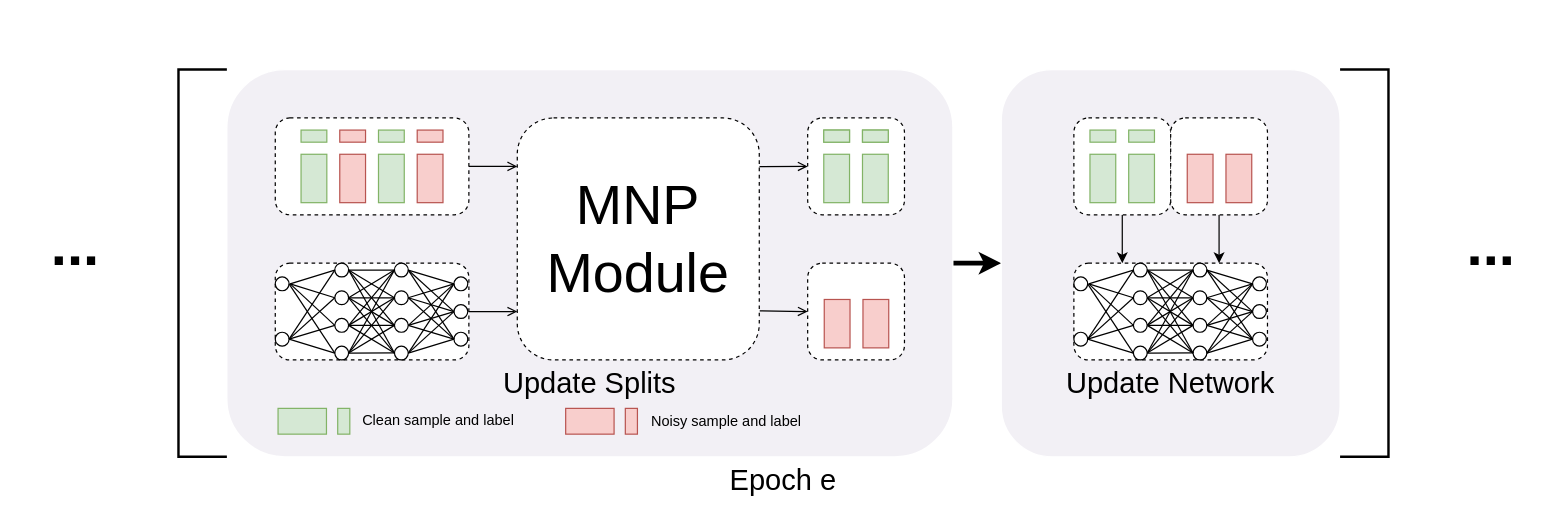
Before: asset/Untitled Diagram.drawio in ShiningSord/AutoNovel, a draw.io diagram. Source tidied: cells renumbered, new cells numbered last; positions are measured from the earlier drawing's top-left corner, leaving out a move shared by most shapes. Both pictures are drawn from the tidied source at 121%, with x=0, y=0 at pixel (21, 69).
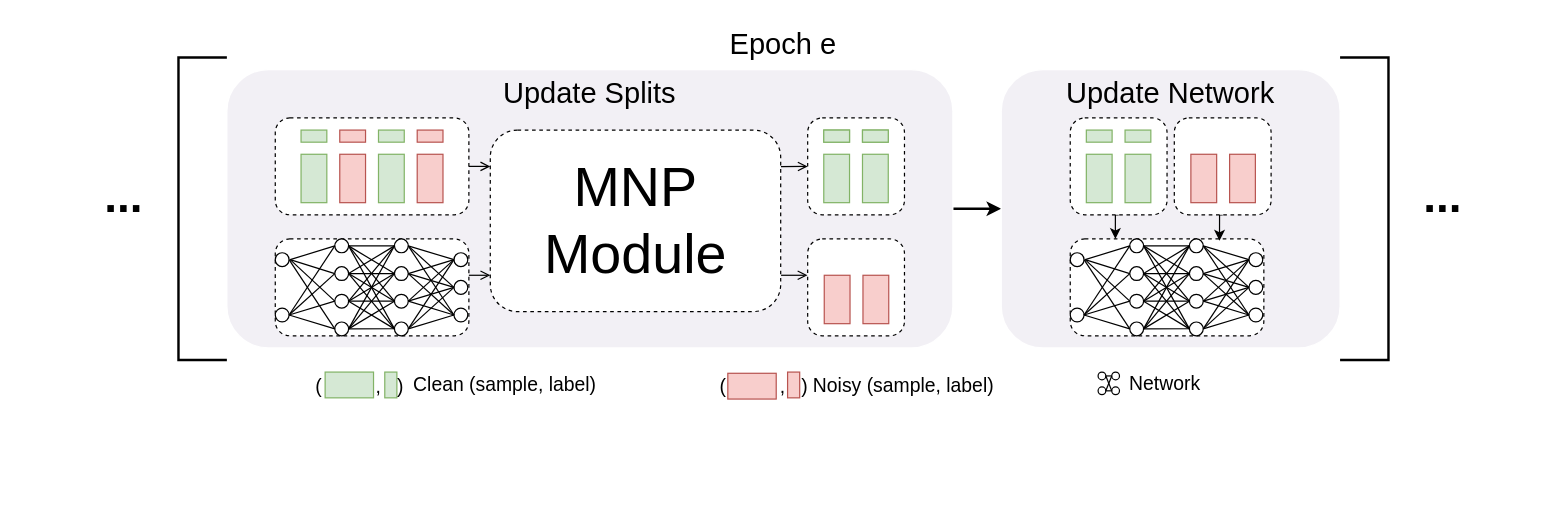
The same diagram, later.

Unchanged cells that the change refers to:
```xml
<mxCell id="5" style="rounded=1;whiteSpace=wrap;html=1;shadow=0;glass=0;sketch=0;strokeColor=#000000;strokeWidth=1;gradientColor=none;dashed=1;" parent="4" vertex="1">
  <mxGeometry width="160" height="80" as="geometry" />
</mxCell>
<mxCell id="69" style="rounded=1;whiteSpace=wrap;html=1;dashed=1;fillColor=#FFFFFF;glass=0;shadow=0;sketch=0;" parent="68" vertex="1">
  <mxGeometry width="80" height="80" as="geometry" />
</mxCell>
<mxCell id="75" style="rounded=1;whiteSpace=wrap;html=1;shadow=0;glass=0;sketch=0;strokeColor=#000000;strokeWidth=1;gradientColor=none;dashed=1;" parent="74" vertex="1">
  <mxGeometry width="160" height="80" as="geometry" />
</mxCell>
```

The edit, as a diff of the source:
```diff
@@
-    <mxCell id="2" style="edgeStyle=orthogonalEdgeStyle;rounded=0;jettySize=auto;html=1;exitX=1;exitY=0.5;exitDx=0;exitDy=0;entryX=0;entryY=0.5;entryDx=0;entryDy=0;strokeWidth=4;" parent="1" edge="1" source="3" target="72">
+    <mxCell id="2" style="edgeStyle=orthogonalEdgeStyle;rounded=0;jettySize=auto;html=1;exitX=1;exitY=0.5;exitDx=0;exitDy=0;entryX=0;entryY=0.5;entryDx=0;entryDy=0;strokeWidth=2;" parent="1" edge="1" source="3" target="72">
       <mxGeometry relative="1" as="geometry" />
     </mxCell>
     <mxCell id="3" style="whiteSpace=wrap;html=1;gradientDirection=south;fillColor=#F2F0F5;rounded=1;strokeWidth=1;strokeColor=#FFFFFF;glass=0;shadow=0;sketch=0;" parent="1" vertex="1">
-      <mxGeometry x="170" width="600" height="320" as="geometry" />
+      <mxGeometry x="170" width="600" height="230" as="geometry" />
     </mxCell>
     <mxCell id="4" style="group;" parent="1" vertex="1">
-      <mxGeometry x="210" y="160" width="160" height="80" as="geometry" />
+      <mxGeometry x="210" y="140" width="160" height="80" as="geometry" />
     </mxCell>
@@
-    <mxCell id="55" style="edgeStyle=none;rounded=0;jettySize=auto;html=1;exitX=1;exitY=0.5;exitDx=0;exitDy=0;endArrow=open;endFill=0;entryX=0;entryY=0.8;entryDx=0;entryDy=0;entryPerimeter=0;" parent="1" edge="1" source="5" target="56">
-      <mxGeometry relative="1" as="geometry" />
+    <mxCell id="55" style="edgeStyle=none;rounded=0;jettySize=auto;html=1;endArrow=open;endFill=0;entryX=0;entryY=0.8;entryDx=0;entryDy=0;entryPerimeter=0;" parent="1" edge="1" target="56">
+      <mxGeometry relative="1" as="geometry">
+        <mxPoint x="370" y="170" as="sourcePoint" />
+      </mxGeometry>
     </mxCell>
     <mxCell id="56" value="&lt;p style=&quot;font-size: 46px&quot;&gt;&lt;font style=&quot;font-size: 46px&quot;&gt;MNP&lt;br&gt; Module&lt;/font&gt;&lt;/p&gt;" style="rounded=1;whiteSpace=wrap;html=1;shadow=0;glass=0;dashed=1;sketch=0;strokeColor=#000000;strokeWidth=1;gradientColor=none;" parent="1" vertex="1">
-      <mxGeometry x="410" y="40" width="200" height="200" as="geometry" />
+      <mxGeometry x="387.7" y="50" width="240" height="150" as="geometry" />
     </mxCell>
@@
-    <mxCell id="58" style="edgeStyle=none;rounded=0;jettySize=auto;html=1;endArrow=open;endFill=0;entryX=0;entryY=0.5;entryDx=0;entryDy=0;exitX=1.002;exitY=0.797;exitDx=0;exitDy=0;exitPerimeter=0;" parent="1" edge="1" source="56" target="69">
-      <mxGeometry relative="1" as="geometry" />
+    <mxCell id="58" style="edgeStyle=none;rounded=0;jettySize=auto;html=1;endArrow=open;endFill=0;entryX=-0.002;entryY=0.375;entryDx=0;entryDy=0;entryPerimeter=0;" parent="1" edge="1" target="69">
+      <mxGeometry relative="1" as="geometry">
+        <mxPoint x="628" y="170" as="sourcePoint" />
+      </mxGeometry>
     </mxCell>
@@
     <mxCell id="68" style="group;" parent="1" vertex="1">
-      <mxGeometry x="650" y="160" width="80" height="80" as="geometry" />
+      <mxGeometry x="650" y="140" width="80" height="80" as="geometry" />
     </mxCell>
@@
     <mxCell id="72" style="whiteSpace=wrap;html=1;gradientDirection=south;fillColor=#F2F0F5;rounded=1;strokeWidth=1;strokeColor=#FFFFFF;glass=0;shadow=0;sketch=0;" parent="1" vertex="1">
-      <mxGeometry x="810" width="280" height="320" as="geometry" />
+      <mxGeometry x="810" width="280" height="230" as="geometry" />
     </mxCell>
     <mxCell id="73" value="&lt;font style=&quot;font-size: 24px&quot;&gt;Update Splits&lt;/font&gt;" style="text;html=1;strokeColor=none;fillColor=none;align=center;verticalAlign=middle;whiteSpace=wrap;rounded=0;" parent="1" vertex="1">
-      <mxGeometry x="170" y="240" width="600" height="40" as="geometry" />
+      <mxGeometry x="170" width="600" height="40" as="geometry" />
     </mxCell>
     <mxCell id="74" style="group;" parent="1" vertex="1">
-      <mxGeometry x="870" y="160" width="160" height="80" as="geometry" />
+      <mxGeometry x="867" y="140" width="160" height="80" as="geometry" />
     </mxCell>
@@
-    <mxCell id="125" style="edgeStyle=orthogonalEdgeStyle;rounded=0;jettySize=auto;html=1;exitX=0.5;exitY=1;exitDx=0;exitDy=0;entryX=0.25;entryY=0;entryDx=0;entryDy=0;" parent="1" edge="1" source="126" target="75">
+    <mxCell id="125" style="edgeStyle=orthogonalEdgeStyle;rounded=0;jettySize=auto;html=1;exitX=0.5;exitY=1;exitDx=0;exitDy=0;entryX=0.233;entryY=-0.001;entryDx=0;entryDy=0;entryPerimeter=0;" parent="1" edge="1" source="126" target="75">
       <mxGeometry relative="1" as="geometry" />
     </mxCell>
-    <mxCell id="126" style="rounded=1;whiteSpace=wrap;html=1;dashed=1;fillColor=#FFFFFF;glass=0;shadow=0;sketch=0;" parent="1" vertex="1">
-      <mxGeometry x="870" y="40" width="80" height="80" as="geometry" />
-    </mxCell>
-    <mxCell id="127" style="rounded=0;whiteSpace=wrap;html=1;shadow=0;glass=0;sketch=0;strokeColor=#82b366;strokeWidth=1;fillColor=#d5e8d4;" parent="1" vertex="1">
-      <mxGeometry x="883.3" y="70" width="21.3" height="40" as="geometry" />
-    </mxCell>
-    <mxCell id="128" style="rounded=0;whiteSpace=wrap;html=1;shadow=0;glass=0;sketch=0;strokeColor=#82b366;strokeWidth=1;fillColor=#d5e8d4;" parent="1" vertex="1">
-      <mxGeometry x="915.3" y="70" width="21.3" height="40" as="geometry" />
-    </mxCell>
-    <mxCell id="129" style="rounded=0;whiteSpace=wrap;html=1;shadow=0;glass=0;sketch=0;strokeColor=#82b366;strokeWidth=1;fillColor=#d5e8d4;" parent="1" vertex="1">
-      <mxGeometry x="883.3" y="50" width="21.3" height="10" as="geometry" />
-    </mxCell>
-    <mxCell id="130" style="rounded=0;whiteSpace=wrap;html=1;shadow=0;glass=0;sketch=0;strokeColor=#82b366;strokeWidth=1;fillColor=#d5e8d4;" parent="1" vertex="1">
-      <mxGeometry x="915.3" y="50" width="21.3" height="10" as="geometry" />
-    </mxCell>
-    <mxCell id="131" style="edgeStyle=orthogonalEdgeStyle;rounded=0;jettySize=auto;html=1;exitX=0.5;exitY=1;exitDx=0;exitDy=0;entryX=0.75;entryY=0;entryDx=0;entryDy=0;" parent="1" edge="1" source="132" target="75">
+    <mxCell id="131" style="edgeStyle=orthogonalEdgeStyle;rounded=0;jettySize=auto;html=1;exitX=0.5;exitY=1;exitDx=0;exitDy=0;entryX=0.771;entryY=0.018;entryDx=0;entryDy=0;entryPerimeter=0;" parent="1" edge="1" source="132" target="75">
       <mxGeometry relative="1" as="geometry" />
     </mxCell>
-    <mxCell id="132" style="rounded=1;whiteSpace=wrap;html=1;dashed=1;fillColor=#FFFFFF;glass=0;shadow=0;sketch=0;" parent="1" vertex="1">
-      <mxGeometry x="950" y="40" width="80" height="80" as="geometry" />
-    </mxCell>
-    <mxCell id="133" style="rounded=0;whiteSpace=wrap;html=1;shadow=0;glass=0;sketch=0;strokeColor=#b85450;strokeWidth=1;fillColor=#f8cecc;" parent="1" vertex="1">
-      <mxGeometry x="963.7" y="70" width="21.3" height="40" as="geometry" />
-    </mxCell>
-    <mxCell id="134" style="rounded=0;whiteSpace=wrap;html=1;shadow=0;glass=0;sketch=0;strokeColor=#b85450;strokeWidth=1;fillColor=#f8cecc;" parent="1" vertex="1">
-      <mxGeometry x="995.7" y="70" width="21.3" height="40" as="geometry" />
-    </mxCell>
-    <mxCell id="135" value="&lt;font style=&quot;font-size: 24px&quot;&gt;Update Network&lt;/font&gt;" style="text;html=1;strokeColor=none;fillColor=none;align=center;verticalAlign=middle;whiteSpace=wrap;rounded=0;" parent="1" vertex="1">
-      <mxGeometry x="810" y="240" width="280" height="40" as="geometry" />
-    </mxCell>
     <mxCell id="136" style="strokeWidth=2;html=1;shape=mxgraph.flowchart.annotation_1;align=left;" parent="1" vertex="1">
-      <mxGeometry x="130" width="40" height="320" as="geometry" />
+      <mxGeometry x="130" y="-10" width="40" height="250" as="geometry" />
     </mxCell>
     <mxCell id="137" style="strokeWidth=2;html=1;shape=mxgraph.flowchart.annotation_1;align=left;direction=west;" parent="1" vertex="1">
-      <mxGeometry x="1090" width="40" height="320" as="geometry" />
+      <mxGeometry x="1090" y="-10" width="40" height="250" as="geometry" />
     </mxCell>
     <mxCell id="138" value="&lt;font style=&quot;font-size: 24px&quot;&gt;Epoch e&lt;/font&gt;" style="text;html=1;strokeColor=none;fillColor=none;align=center;verticalAlign=middle;whiteSpace=wrap;rounded=0;" parent="1" vertex="1">
-      <mxGeometry x="130" y="320" width="1000" height="40" as="geometry" />
+      <mxGeometry x="130" y="-40" width="1000" height="40" as="geometry" />
     </mxCell>
-    <mxCell id="139" value="&lt;font style=&quot;font-size: 48px&quot;&gt;...&lt;/font&gt;" style="text;html=1;strokeColor=none;fillColor=none;align=center;verticalAlign=middle;whiteSpace=wrap;rounded=0;fontStyle=1;" parent="1" vertex="1">
-      <mxGeometry y="110" width="90" height="70" as="geometry" />
+    <mxCell id="139" value="&lt;font style=&quot;font-size: 38px&quot;&gt;...&lt;/font&gt;" style="text;html=1;strokeColor=none;fillColor=none;align=center;verticalAlign=middle;whiteSpace=wrap;rounded=0;fontStyle=1;" parent="1" vertex="1">
+      <mxGeometry x="40" y="70" width="90" height="70" as="geometry" />
     </mxCell>
-    <mxCell id="140" value="&lt;font style=&quot;font-size: 48px&quot;&gt;...&lt;/font&gt;" style="text;html=1;strokeColor=none;fillColor=none;align=center;verticalAlign=middle;whiteSpace=wrap;rounded=0;fontStyle=1;" parent="1" vertex="1">
-      <mxGeometry x="1170" y="110" width="90" height="70" as="geometry" />
+    <mxCell id="140" value="&lt;font style=&quot;font-size: 38px&quot;&gt;...&lt;/font&gt;" style="text;html=1;strokeColor=none;fillColor=none;align=center;verticalAlign=middle;whiteSpace=wrap;rounded=0;fontStyle=1;" parent="1" vertex="1">
+      <mxGeometry x="1130" y="70" width="90" height="70" as="geometry" />
     </mxCell>
@@
+    <mxCell id="158" style="group;" parent="1" vertex="1">
+      <mxGeometry x="953" y="40" width="137" height="80" as="geometry" />
+    </mxCell>
+    <mxCell id="132" style="rounded=1;whiteSpace=wrap;html=1;dashed=1;fillColor=#FFFFFF;glass=0;shadow=0;sketch=0;" parent="158" vertex="1">
+      <mxGeometry width="80" height="80" as="geometry" />
+    </mxCell>
+    <mxCell id="133" style="rounded=0;whiteSpace=wrap;html=1;shadow=0;glass=0;sketch=0;strokeColor=#b85450;strokeWidth=1;fillColor=#f8cecc;" parent="158" vertex="1">
+      <mxGeometry x="13.7" y="30" width="21.3" height="40" as="geometry" />
+    </mxCell>
+    <mxCell id="134" style="rounded=0;whiteSpace=wrap;html=1;shadow=0;glass=0;sketch=0;strokeColor=#b85450;strokeWidth=1;fillColor=#f8cecc;" parent="158" vertex="1">
+      <mxGeometry x="45.7" y="30" width="21.3" height="40" as="geometry" />
+    </mxCell>
+    <mxCell id="135" value="&lt;font style=&quot;font-size: 24px&quot;&gt;Update Network&lt;/font&gt;" style="text;html=1;strokeColor=none;fillColor=none;align=center;verticalAlign=middle;whiteSpace=wrap;rounded=0;" parent="158" vertex="1">
+      <mxGeometry x="-143" y="-40" width="280" height="40" as="geometry" />
+    </mxCell>
+    <mxCell id="159" style="group;" parent="1" vertex="1">
+      <mxGeometry x="867" y="40" width="80" height="80" as="geometry" />
+    </mxCell>
+    <mxCell id="126" style="rounded=1;whiteSpace=wrap;html=1;dashed=1;fillColor=#FFFFFF;glass=0;shadow=0;sketch=0;" parent="159" vertex="1">
+      <mxGeometry width="80" height="80" as="geometry" />
+    </mxCell>
+    <mxCell id="127" style="rounded=0;whiteSpace=wrap;html=1;shadow=0;glass=0;sketch=0;strokeColor=#82b366;strokeWidth=1;fillColor=#d5e8d4;" parent="159" vertex="1">
+      <mxGeometry x="13.3" y="30" width="21.3" height="40" as="geometry" />
+    </mxCell>
+    <mxCell id="128" style="rounded=0;whiteSpace=wrap;html=1;shadow=0;glass=0;sketch=0;strokeColor=#82b366;strokeWidth=1;fillColor=#d5e8d4;" parent="159" vertex="1">
+      <mxGeometry x="45.3" y="30" width="21.3" height="40" as="geometry" />
+    </mxCell>
+    <mxCell id="129" style="rounded=0;whiteSpace=wrap;html=1;shadow=0;glass=0;sketch=0;strokeColor=#82b366;strokeWidth=1;fillColor=#d5e8d4;" parent="159" vertex="1">
+      <mxGeometry x="13.3" y="10" width="21.3" height="10" as="geometry" />
+    </mxCell>
+    <mxCell id="130" style="rounded=0;whiteSpace=wrap;html=1;shadow=0;glass=0;sketch=0;strokeColor=#82b366;strokeWidth=1;fillColor=#d5e8d4;" parent="159" vertex="1">
+      <mxGeometry x="45.3" y="10" width="21.3" height="10" as="geometry" />
+    </mxCell>
+    <mxCell id="160" style="edgeStyle=orthogonalEdgeStyle;rounded=0;orthogonalLoop=1;jettySize=auto;html=1;exitX=0.5;exitY=1;exitDx=0;exitDy=0;strokeWidth=2;fontSize=16;" parent="1" edge="1" source="56" target="56">
+      <mxGeometry relative="1" as="geometry" />
+    </mxCell>
+    <mxCell id="161" style="group;" parent="1" vertex="1">
+      <mxGeometry x="240" y="250" width="241.2" height="23.3" as="geometry" />
+    </mxCell>
-    <mxCell id="150" style="group;" parent="1" vertex="1">
-      <mxGeometry x="212.3" y="280" width="59.3" height="21.3" as="geometry" />
+    <mxCell id="150" style="group;" parent="161" vertex="1">
+      <mxGeometry x="11.2" width="57.7" height="20" as="geometry" />
     </mxCell>
@@
-    <mxCell id="153" value="Clean sample and label" style="text;html=1;strokeColor=none;fillColor=none;align=center;verticalAlign=middle;whiteSpace=wrap;rounded=0;" parent="1" vertex="1">
-      <mxGeometry x="280" y="280" width="130" height="20" as="geometry" />
+    <mxCell id="153" value="Clean (sample, label)" style="text;html=1;strokeColor=none;fillColor=none;align=center;verticalAlign=middle;whiteSpace=wrap;rounded=0;fontSize=16;" parent="161" vertex="1">
+      <mxGeometry x="78.8" width="162.3" height="20" as="geometry" />
     </mxCell>
-    <mxCell id="154" style="group;" parent="1" vertex="1">
-      <mxGeometry x="450" y="280" width="59.3" height="21.3" as="geometry" />
-    </mxCell>
+    <mxCell id="162" value="(&amp;nbsp; &amp;nbsp; &amp;nbsp; &amp;nbsp; &amp;nbsp; ,&amp;nbsp; &amp;nbsp;)" style="text;html=1;strokeColor=none;fillColor=none;align=center;verticalAlign=middle;whiteSpace=wrap;rounded=0;fontSize=16;" parent="161" vertex="1">
+      <mxGeometry y="1" width="80" height="22.3" as="geometry" />
+    </mxCell>
+    <mxCell id="163" style="group;" parent="1" vertex="1">
+      <mxGeometry x="573.7" y="250" width="232.7" height="23.3" as="geometry" />
+    </mxCell>
+    <mxCell id="157" value="Noisy (sample, label)" style="text;html=1;strokeColor=none;fillColor=none;align=center;verticalAlign=middle;whiteSpace=wrap;rounded=0;fontSize=16;" parent="163" vertex="1">
+      <mxGeometry x="78" y="1" width="154.7" height="20" as="geometry" />
+    </mxCell>
-    <mxCell id="155" style="rounded=0;whiteSpace=wrap;html=1;shadow=0;glass=0;sketch=0;strokeColor=#b85450;strokeWidth=1;fillColor=#f8cecc;direction=south;" parent="154" vertex="1">
-      <mxGeometry width="40" height="21.3" as="geometry" />
+    <mxCell id="155" style="rounded=0;whiteSpace=wrap;html=1;shadow=0;glass=0;sketch=0;strokeColor=#b85450;strokeWidth=1;fillColor=#f8cecc;direction=south;" parent="163" vertex="1">
+      <mxGeometry x="10.3" y="1" width="40" height="21.3" as="geometry" />
     </mxCell>
-    <mxCell id="156" style="rounded=0;whiteSpace=wrap;html=1;shadow=0;glass=0;sketch=0;strokeColor=#b85450;strokeWidth=1;fillColor=#f8cecc;direction=south;" parent="154" vertex="1">
-      <mxGeometry x="49.3" width="10" height="21.3" as="geometry" />
+    <mxCell id="156" style="rounded=0;whiteSpace=wrap;html=1;shadow=0;glass=0;sketch=0;strokeColor=#b85450;strokeWidth=1;fillColor=#f8cecc;direction=south;" parent="163" vertex="1">
+      <mxGeometry x="59.7" width="10" height="21.3" as="geometry" />
     </mxCell>
-    <mxCell id="157" value="Noisy sample and label" style="text;html=1;strokeColor=none;fillColor=none;align=center;verticalAlign=middle;whiteSpace=wrap;rounded=0;" parent="1" vertex="1">
-      <mxGeometry x="517.7" y="281" width="130" height="20" as="geometry" />
-    </mxCell>
+    <mxCell id="164" value="(&amp;nbsp; &amp;nbsp; &amp;nbsp; &amp;nbsp; &amp;nbsp; ,&amp;nbsp; &amp;nbsp;)" style="text;html=1;strokeColor=none;fillColor=none;align=center;verticalAlign=middle;whiteSpace=wrap;rounded=0;fontSize=16;" parent="163" vertex="1">
+      <mxGeometry y="1" width="80" height="22.3" as="geometry" />
+    </mxCell>
+    <mxCell id="165" style="group;" parent="1" vertex="1">
+      <mxGeometry x="890" y="249.3" width="90" height="20" as="geometry" />
+    </mxCell>
+    <mxCell id="166" style="group;" parent="165" vertex="1">
+      <mxGeometry y="0.7" width="17.7" height="19.3" as="geometry" />
+    </mxCell>
+    <mxCell id="167" style="ellipse;whiteSpace=wrap;html=1;fillColor=none;" parent="166" vertex="1">
+      <mxGeometry width="6.4" height="6.4" as="geometry" />
+    </mxCell>
+    <mxCell id="168" style="ellipse;whiteSpace=wrap;html=1;fillColor=none;" parent="166" vertex="1">
+      <mxGeometry y="12.3" width="6.4" height="6.4" as="geometry" />
+    </mxCell>
+    <mxCell id="169" style="ellipse;whiteSpace=wrap;html=1;fillColor=none;" parent="166" vertex="1">
+      <mxGeometry x="11.3" width="6.4" height="6.4" as="geometry" />
+    </mxCell>
+    <mxCell id="170" style="edgeStyle=none;rounded=0;jettySize=auto;html=1;exitX=1;exitY=0.5;exitDx=0;exitDy=0;entryX=0;entryY=0.5;entryDx=0;entryDy=0;endArrow=none;endFill=0;strokeWidth=1;fontSize=16;" parent="166" edge="1" source="167" target="169">
+      <mxGeometry relative="1" as="geometry" />
+    </mxCell>
+    <mxCell id="171" style="rounded=0;jettySize=auto;html=1;exitX=1;exitY=0.5;exitDx=0;exitDy=0;entryX=0;entryY=0.5;entryDx=0;entryDy=0;endArrow=none;endFill=0;strokeWidth=1;fontSize=16;" parent="166" edge="1" source="168" target="169">
+      <mxGeometry relative="1" as="geometry" />
+    </mxCell>
+    <mxCell id="172" style="ellipse;whiteSpace=wrap;html=1;fillColor=none;" parent="166" vertex="1">
+      <mxGeometry x="11.3" y="12.3" width="6.4" height="6.4" as="geometry" />
+    </mxCell>
+    <mxCell id="173" style="edgeStyle=none;rounded=0;jettySize=auto;html=1;exitX=1;exitY=0.5;exitDx=0;exitDy=0;entryX=0;entryY=0.5;entryDx=0;entryDy=0;endArrow=none;endFill=0;strokeWidth=1;fontSize=16;" parent="166" edge="1" source="167" target="172">
+      <mxGeometry relative="1" as="geometry" />
+    </mxCell>
+    <mxCell id="174" style="rounded=0;jettySize=auto;html=1;exitX=1;exitY=0.5;exitDx=0;exitDy=0;entryX=0;entryY=0.5;entryDx=0;entryDy=0;strokeWidth=1;fontSize=16;endArrow=none;endFill=0;" parent="166" edge="1" source="168" target="172">
+      <mxGeometry relative="1" as="geometry" />
+    </mxCell>
+    <mxCell id="175" value="Network" style="text;html=1;align=center;verticalAlign=middle;fontSize=16;" parent="165" vertex="1">
+      <mxGeometry x="20" width="70" height="20" as="geometry" />
+    </mxCell>
```
